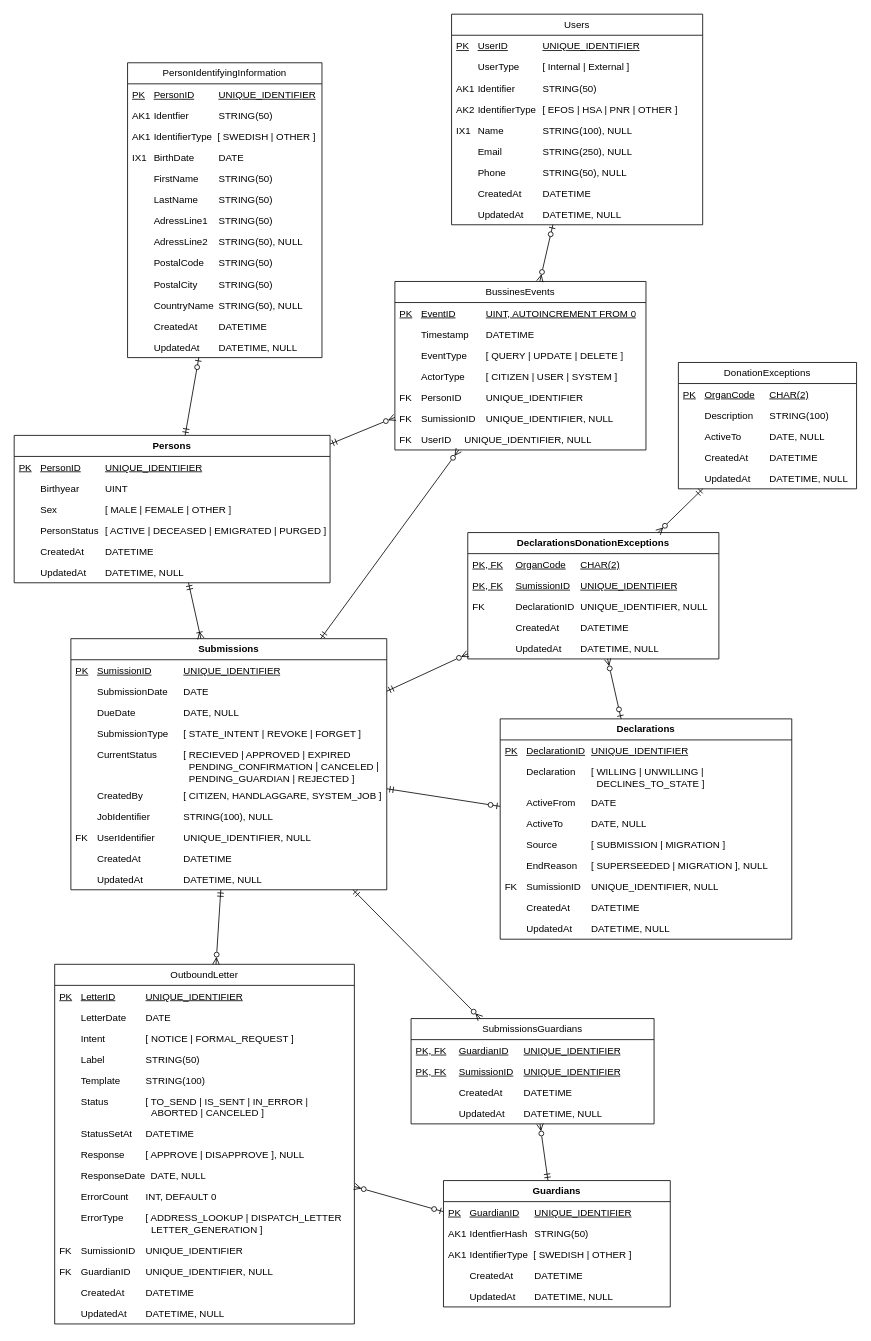
Earlier version of the draw.io diagram page "Stående Logisk modell" (8 of 8) of Donationsregister.drawio (bhagqvist-consid/ICD11). Source tidied: cells renumbered, new cells numbered last; positions are measured from the earlier drawing's top-left corner, leaving out a move shared by most shapes. Both pictures are drawn from the tidied source at 81%, with x=0, y=0 at pixel (14, 14).
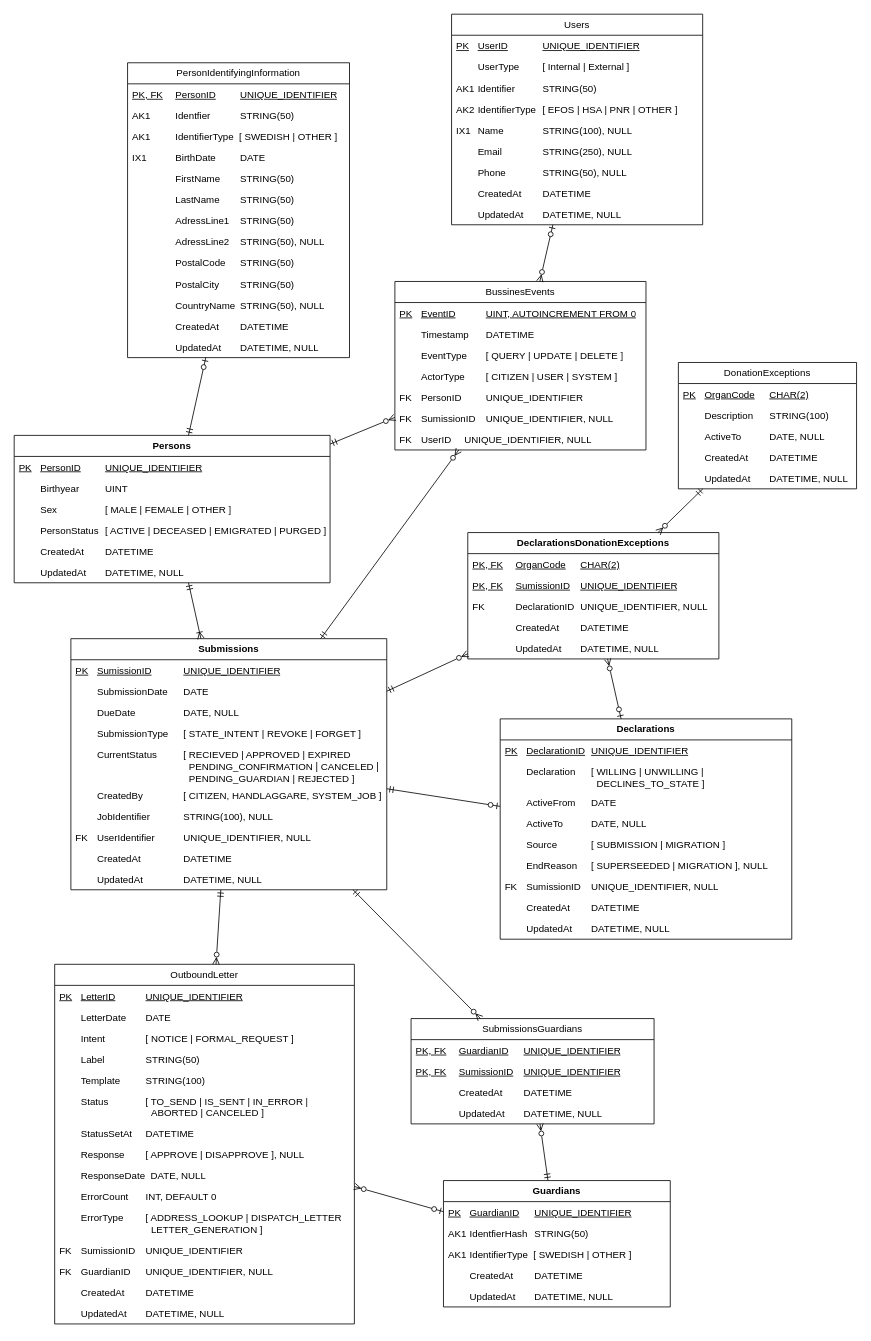
The same diagram, later.

Diff of the diagram source:
```diff
@@
     <mxCell id="30" value="PersonIdentifyingInformation" style="swimlane;fontStyle=0;horizontal=1;startSize=26;fillColor=none;whiteSpace=wrap;html=1;" parent="1" vertex="1">
-      <mxGeometry x="140" y="60" width="240" height="364" as="geometry" />
+      <mxGeometry x="140" y="60" width="274" height="364" as="geometry" />
     </mxCell>
-    <mxCell id="31" value="PK&lt;span style=&quot;white-space: pre;&quot;&gt;&#9;&lt;/span&gt;PersonID&lt;span style=&quot;white-space: pre;&quot;&gt;&#9;&lt;/span&gt;&lt;span style=&quot;white-space: pre;&quot;&gt;&#9;&lt;/span&gt;UNIQUE_IDENTIFIER" style="text;strokeColor=none;fillColor=none;align=left;verticalAlign=top;spacingLeft=4;spacingRight=4;overflow=hidden;whiteSpace=wrap;html=1;fontStyle=4;" parent="30" vertex="1">
-      <mxGeometry y="26" width="240" height="26" as="geometry" />
+    <mxCell id="31" value="PK, FK&lt;span style=&quot;white-space: pre;&quot;&gt;&#9;&lt;/span&gt;PersonID&lt;span style=&quot;white-space: pre;&quot;&gt;&#9;&lt;/span&gt;&lt;span style=&quot;white-space: pre;&quot;&gt;&#9;&lt;/span&gt;UNIQUE_IDENTIFIER" style="text;strokeColor=none;fillColor=none;align=left;verticalAlign=top;spacingLeft=4;spacingRight=4;overflow=hidden;whiteSpace=wrap;html=1;fontStyle=4;" parent="30" vertex="1">
+      <mxGeometry y="26" width="274" height="26" as="geometry" />
     </mxCell>
-    <mxCell id="32" value="AK1&lt;span style=&quot;white-space: pre;&quot;&gt;&#9;&lt;/span&gt;Identfier&lt;span style=&quot;white-space: pre;&quot;&gt;&#9;&lt;/span&gt;&lt;span style=&quot;white-space: pre;&quot;&gt;&#9;&lt;/span&gt;STRING(50)" style="text;strokeColor=none;fillColor=none;align=left;verticalAlign=top;spacingLeft=4;spacingRight=4;overflow=hidden;whiteSpace=wrap;html=1;" parent="30" vertex="1">
-      <mxGeometry y="52" width="240" height="26" as="geometry" />
+    <mxCell id="32" value="AK1&lt;span style=&quot;white-space: pre;&quot;&gt;&#9;&lt;span style=&quot;white-space: pre;&quot;&gt;&#9;&lt;/span&gt;&lt;/span&gt;Identfier&lt;span style=&quot;white-space: pre;&quot;&gt;&#9;&lt;/span&gt;&lt;span style=&quot;white-space: pre;&quot;&gt;&#9;&lt;/span&gt;STRING(50)" style="text;strokeColor=none;fillColor=none;align=left;verticalAlign=top;spacingLeft=4;spacingRight=4;overflow=hidden;whiteSpace=wrap;html=1;" parent="30" vertex="1">
+      <mxGeometry y="52" width="274" height="26" as="geometry" />
     </mxCell>
-    <mxCell id="33" value="AK1&lt;span style=&quot;white-space: pre;&quot;&gt;&#9;&lt;/span&gt;IdentifierType&amp;nbsp; [ SWEDISH | OTHER ]" style="text;strokeColor=none;fillColor=none;align=left;verticalAlign=top;spacingLeft=4;spacingRight=4;overflow=hidden;whiteSpace=wrap;html=1;" parent="30" vertex="1">
-      <mxGeometry y="78" width="240" height="26" as="geometry" />
+    <mxCell id="33" value="AK1&lt;span style=&quot;white-space: pre;&quot;&gt;&#9;&lt;span style=&quot;white-space: pre;&quot;&gt;&#9;&lt;/span&gt;&lt;/span&gt;IdentifierType&amp;nbsp; [ SWEDISH | OTHER ]" style="text;strokeColor=none;fillColor=none;align=left;verticalAlign=top;spacingLeft=4;spacingRight=4;overflow=hidden;whiteSpace=wrap;html=1;" parent="30" vertex="1">
+      <mxGeometry y="78" width="274" height="26" as="geometry" />
     </mxCell>
-    <mxCell id="34" value="IX1&lt;span style=&quot;white-space: pre;&quot;&gt;&#9;&lt;/span&gt;BirthDate&lt;span style=&quot;white-space: pre;&quot;&gt;&#9;&lt;/span&gt;&lt;span style=&quot;white-space: pre;&quot;&gt;&#9;&lt;/span&gt;DATE" style="text;strokeColor=none;fillColor=none;align=left;verticalAlign=top;spacingLeft=4;spacingRight=4;overflow=hidden;whiteSpace=wrap;html=1;" parent="30" vertex="1">
-      <mxGeometry y="104" width="240" height="26" as="geometry" />
+    <mxCell id="34" value="IX1&lt;span style=&quot;white-space: pre;&quot;&gt;&#9;&lt;span style=&quot;white-space: pre;&quot;&gt;&#9;&lt;/span&gt;&lt;/span&gt;BirthDate&lt;span style=&quot;white-space: pre;&quot;&gt;&#9;&lt;/span&gt;&lt;span style=&quot;white-space: pre;&quot;&gt;&#9;&lt;/span&gt;DATE" style="text;strokeColor=none;fillColor=none;align=left;verticalAlign=top;spacingLeft=4;spacingRight=4;overflow=hidden;whiteSpace=wrap;html=1;" parent="30" vertex="1">
+      <mxGeometry y="104" width="274" height="26" as="geometry" />
     </mxCell>
-    <mxCell id="35" value="&lt;span style=&quot;white-space: pre;&quot;&gt;&#9;&lt;/span&gt;FirstName&lt;span style=&quot;white-space: pre;&quot;&gt;&#9;&lt;/span&gt;STRING(50)" style="text;strokeColor=none;fillColor=none;align=left;verticalAlign=top;spacingLeft=4;spacingRight=4;overflow=hidden;whiteSpace=wrap;html=1;" parent="30" vertex="1">
-      <mxGeometry y="130" width="240" height="26" as="geometry" />
+    <mxCell id="35" value="&lt;span style=&quot;white-space: pre;&quot;&gt;&lt;span style=&quot;white-space: pre;&quot;&gt;&#9;&lt;/span&gt;&#9;&lt;/span&gt;FirstName&lt;span style=&quot;white-space: pre;&quot;&gt;&#9;&lt;/span&gt;STRING(50)" style="text;strokeColor=none;fillColor=none;align=left;verticalAlign=top;spacingLeft=4;spacingRight=4;overflow=hidden;whiteSpace=wrap;html=1;" parent="30" vertex="1">
+      <mxGeometry y="130" width="274" height="26" as="geometry" />
     </mxCell>
-    <mxCell id="36" value="&lt;span style=&quot;white-space: pre;&quot;&gt;&#9;&lt;/span&gt;LastName&lt;span style=&quot;white-space: pre;&quot;&gt;&#9;&lt;/span&gt;STRING(50)" style="text;strokeColor=none;fillColor=none;align=left;verticalAlign=top;spacingLeft=4;spacingRight=4;overflow=hidden;whiteSpace=wrap;html=1;" parent="30" vertex="1">
-      <mxGeometry y="156" width="240" height="26" as="geometry" />
+    <mxCell id="36" value="&lt;span style=&quot;white-space: pre;&quot;&gt;&lt;span style=&quot;white-space: pre;&quot;&gt;&#9;&lt;/span&gt;&#9;&lt;/span&gt;LastName&lt;span style=&quot;white-space: pre;&quot;&gt;&#9;&lt;/span&gt;STRING(50)" style="text;strokeColor=none;fillColor=none;align=left;verticalAlign=top;spacingLeft=4;spacingRight=4;overflow=hidden;whiteSpace=wrap;html=1;" parent="30" vertex="1">
+      <mxGeometry y="156" width="274" height="26" as="geometry" />
     </mxCell>
-    <mxCell id="37" value="&lt;span style=&quot;white-space: pre;&quot;&gt;&#9;&lt;/span&gt;AdressLine1&lt;span style=&quot;white-space: pre;&quot;&gt;&#9;&lt;/span&gt;STRING(50)" style="text;strokeColor=none;fillColor=none;align=left;verticalAlign=top;spacingLeft=4;spacingRight=4;overflow=hidden;whiteSpace=wrap;html=1;" parent="30" vertex="1">
-      <mxGeometry y="182" width="240" height="26" as="geometry" />
+    <mxCell id="37" value="&lt;span style=&quot;white-space: pre;&quot;&gt;&lt;span style=&quot;white-space: pre;&quot;&gt;&#9;&lt;/span&gt;&#9;&lt;/span&gt;AdressLine1&lt;span style=&quot;white-space: pre;&quot;&gt;&#9;&lt;/span&gt;STRING(50)" style="text;strokeColor=none;fillColor=none;align=left;verticalAlign=top;spacingLeft=4;spacingRight=4;overflow=hidden;whiteSpace=wrap;html=1;" parent="30" vertex="1">
+      <mxGeometry y="182" width="274" height="26" as="geometry" />
     </mxCell>
-    <mxCell id="38" value="&lt;span style=&quot;white-space: pre;&quot;&gt;&#9;&lt;/span&gt;AdressLine2&lt;span style=&quot;white-space: pre;&quot;&gt;&#9;&lt;/span&gt;STRING(50), NULL" style="text;strokeColor=none;fillColor=none;align=left;verticalAlign=top;spacingLeft=4;spacingRight=4;overflow=hidden;whiteSpace=wrap;html=1;" parent="30" vertex="1">
-      <mxGeometry y="208" width="240" height="26" as="geometry" />
+    <mxCell id="38" value="&lt;span style=&quot;white-space: pre;&quot;&gt;&lt;span style=&quot;white-space: pre;&quot;&gt;&#9;&lt;/span&gt;&#9;&lt;/span&gt;AdressLine2&lt;span style=&quot;white-space: pre;&quot;&gt;&#9;&lt;/span&gt;STRING(50), NULL" style="text;strokeColor=none;fillColor=none;align=left;verticalAlign=top;spacingLeft=4;spacingRight=4;overflow=hidden;whiteSpace=wrap;html=1;" parent="30" vertex="1">
+      <mxGeometry y="208" width="274" height="26" as="geometry" />
     </mxCell>
-    <mxCell id="39" value="&lt;span style=&quot;white-space: pre;&quot;&gt;&#9;&lt;/span&gt;PostalCode&lt;span style=&quot;white-space: pre;&quot;&gt;&#9;&lt;/span&gt;STRING(50)" style="text;strokeColor=none;fillColor=none;align=left;verticalAlign=top;spacingLeft=4;spacingRight=4;overflow=hidden;whiteSpace=wrap;html=1;" parent="30" vertex="1">
-      <mxGeometry y="234" width="240" height="26" as="geometry" />
+    <mxCell id="39" value="&lt;span style=&quot;white-space: pre;&quot;&gt;&lt;span style=&quot;white-space: pre;&quot;&gt;&#9;&lt;/span&gt;&#9;&lt;/span&gt;PostalCode&lt;span style=&quot;white-space: pre;&quot;&gt;&#9;&lt;/span&gt;STRING(50)" style="text;strokeColor=none;fillColor=none;align=left;verticalAlign=top;spacingLeft=4;spacingRight=4;overflow=hidden;whiteSpace=wrap;html=1;" parent="30" vertex="1">
+      <mxGeometry y="234" width="274" height="26" as="geometry" />
     </mxCell>
-    <mxCell id="40" value="&lt;span style=&quot;white-space: pre;&quot;&gt;&#9;&lt;/span&gt;PostalCity&lt;span style=&quot;white-space: pre;&quot;&gt;&#9;&lt;/span&gt;STRING(50)" style="text;strokeColor=none;fillColor=none;align=left;verticalAlign=top;spacingLeft=4;spacingRight=4;overflow=hidden;whiteSpace=wrap;html=1;" parent="30" vertex="1">
-      <mxGeometry y="260" width="240" height="26" as="geometry" />
+    <mxCell id="40" value="&lt;span style=&quot;white-space: pre;&quot;&gt;&lt;span style=&quot;white-space: pre;&quot;&gt;&#9;&lt;/span&gt;&#9;&lt;/span&gt;PostalCity&lt;span style=&quot;white-space: pre;&quot;&gt;&#9;&lt;/span&gt;STRING(50)" style="text;strokeColor=none;fillColor=none;align=left;verticalAlign=top;spacingLeft=4;spacingRight=4;overflow=hidden;whiteSpace=wrap;html=1;" parent="30" vertex="1">
+      <mxGeometry y="260" width="274" height="26" as="geometry" />
     </mxCell>
-    <mxCell id="41" value="&lt;span style=&quot;white-space: pre;&quot;&gt;&#9;&lt;/span&gt;CountryName&lt;span style=&quot;white-space: pre;&quot;&gt;&#9;&lt;/span&gt;STRING(50), NULL" style="text;strokeColor=none;fillColor=none;align=left;verticalAlign=top;spacingLeft=4;spacingRight=4;overflow=hidden;whiteSpace=wrap;html=1;" parent="30" vertex="1">
-      <mxGeometry y="286" width="240" height="26" as="geometry" />
+    <mxCell id="41" value="&lt;span style=&quot;white-space: pre;&quot;&gt;&lt;span style=&quot;white-space: pre;&quot;&gt;&#9;&lt;/span&gt;&#9;&lt;/span&gt;CountryName&lt;span style=&quot;white-space: pre;&quot;&gt;&#9;&lt;/span&gt;STRING(50), NULL" style="text;strokeColor=none;fillColor=none;align=left;verticalAlign=top;spacingLeft=4;spacingRight=4;overflow=hidden;whiteSpace=wrap;html=1;" parent="30" vertex="1">
+      <mxGeometry y="286" width="274" height="26" as="geometry" />
     </mxCell>
-    <mxCell id="42" value="&lt;span style=&quot;white-space: pre;&quot;&gt;&#9;&lt;/span&gt;CreatedAt&amp;nbsp; &lt;span style=&quot;white-space: pre;&quot;&gt;&#9;&lt;/span&gt;DATETIME" style="text;strokeColor=none;fillColor=none;align=left;verticalAlign=top;spacingLeft=4;spacingRight=4;overflow=hidden;whiteSpace=wrap;html=1;" parent="30" vertex="1">
-      <mxGeometry y="312" width="240" height="26" as="geometry" />
+    <mxCell id="42" value="&lt;span style=&quot;white-space: pre;&quot;&gt;&lt;span style=&quot;white-space: pre;&quot;&gt;&#9;&lt;/span&gt;&#9;&lt;/span&gt;CreatedAt&amp;nbsp; &lt;span style=&quot;white-space: pre;&quot;&gt;&#9;&lt;/span&gt;DATETIME" style="text;strokeColor=none;fillColor=none;align=left;verticalAlign=top;spacingLeft=4;spacingRight=4;overflow=hidden;whiteSpace=wrap;html=1;" parent="30" vertex="1">
+      <mxGeometry y="312" width="274" height="26" as="geometry" />
     </mxCell>
-    <mxCell id="43" value="&lt;span style=&quot;white-space: pre;&quot;&gt;&#9;&lt;/span&gt;UpdatedAt&amp;nbsp; &lt;span style=&quot;white-space: pre;&quot;&gt;&#9;&lt;/span&gt;DATETIME, NULL" style="text;strokeColor=none;fillColor=none;align=left;verticalAlign=top;spacingLeft=4;spacingRight=4;overflow=hidden;whiteSpace=wrap;html=1;" parent="30" vertex="1">
-      <mxGeometry y="338" width="240" height="26" as="geometry" />
+    <mxCell id="43" value="&lt;span style=&quot;white-space: pre;&quot;&gt;&lt;span style=&quot;white-space: pre;&quot;&gt;&#9;&lt;/span&gt;&#9;&lt;/span&gt;UpdatedAt&amp;nbsp; &lt;span style=&quot;white-space: pre;&quot;&gt;&#9;&lt;/span&gt;DATETIME, NULL" style="text;strokeColor=none;fillColor=none;align=left;verticalAlign=top;spacingLeft=4;spacingRight=4;overflow=hidden;whiteSpace=wrap;html=1;" parent="30" vertex="1">
+      <mxGeometry y="338" width="274" height="26" as="geometry" />
     </mxCell>
```
